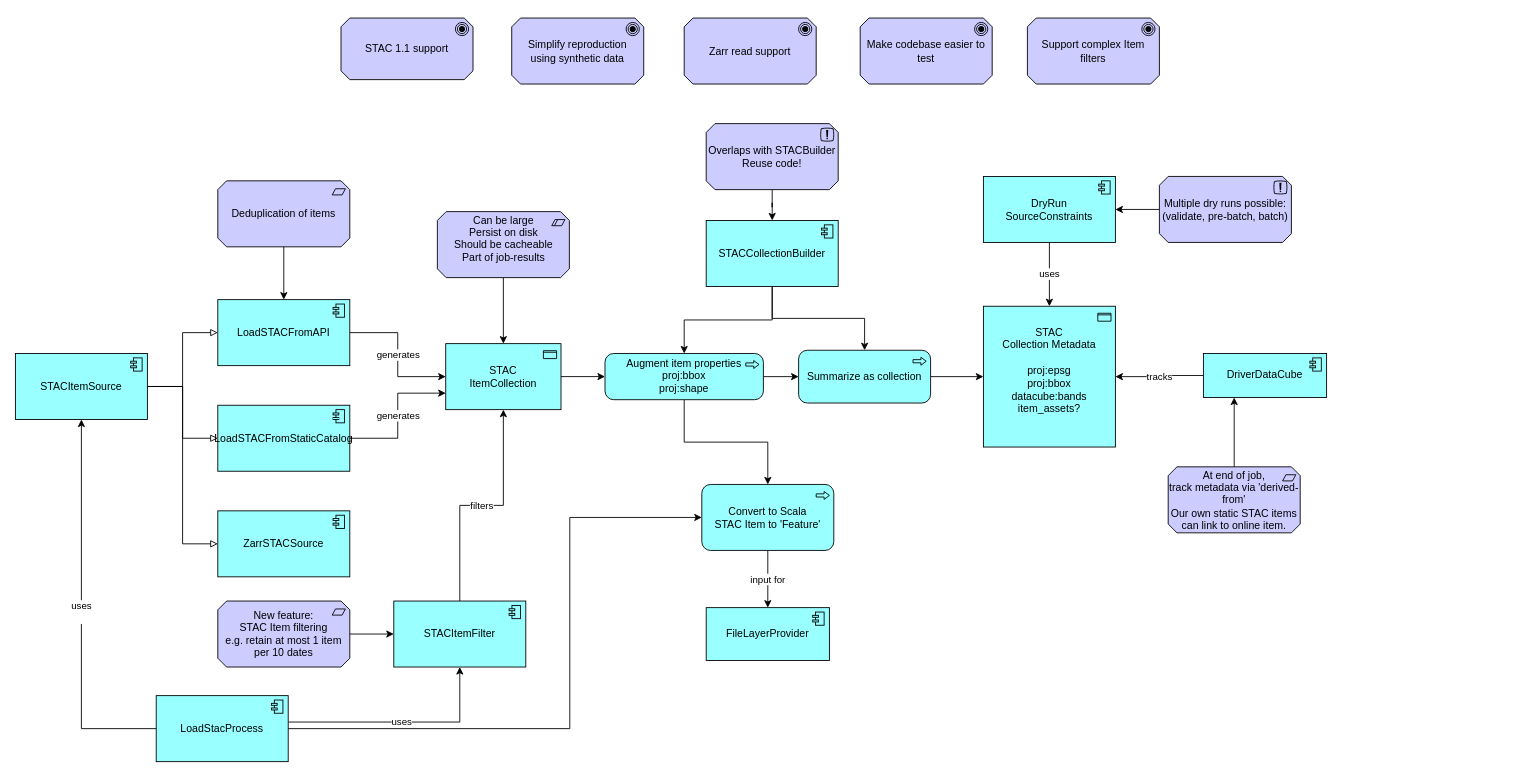
Open-EO/openeo-geopyspark-driver keeps this draw.io diagram as docs/stac11_geotrellis.drawio. Above is the earlier version. Source tidied: cells renumbered, new cells numbered last; positions are measured from the earlier drawing's top-left corner, leaving out a move shared by most shapes. Both pictures are drawn from the tidied source at 88%, with x=0, y=0 at pixel (15, 18).
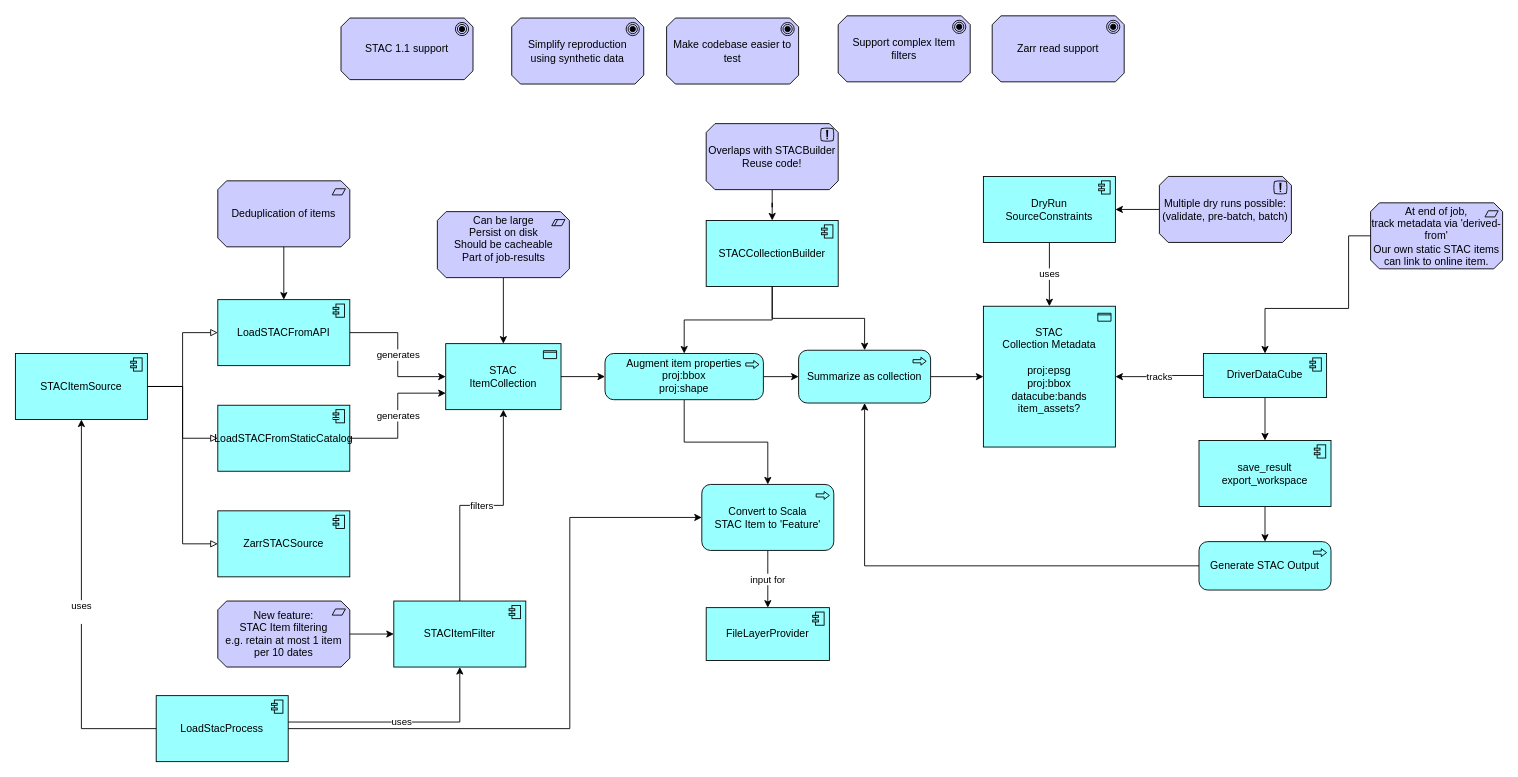
The same diagram, later.

Unchanged cells that the change refers to:
```xml
<mxCell id="17" value="Summarize as collection" style="html=1;outlineConnect=0;whiteSpace=wrap;fillColor=#99ffff;shape=mxgraph.archimate3.application;appType=proc;archiType=rounded;" parent="1" vertex="1">
  <mxGeometry x="890" y="377.5" width="150" height="60" as="geometry" />
</mxCell>
<mxCell id="33" value="DriverDataCube" style="html=1;outlineConnect=0;whiteSpace=wrap;fillColor=#99ffff;shape=mxgraph.archimate3.application;appType=comp;archiType=square;" parent="1" vertex="1">
  <mxGeometry x="1350" y="381.2" width="140" height="50" as="geometry" />
</mxCell>
```

The edit, as a diff of the source:
```diff
@@
     <mxCell id="4" value="Zarr read support" style="html=1;whiteSpace=wrap;fillColor=#CCCCFF;shape=mxgraph.archimate3.application;appType=goal;archiType=oct;" parent="1" vertex="1">
-      <mxGeometry x="760" width="150" height="75" as="geometry" />
+      <mxGeometry x="1110" y="-2.5" width="150" height="75" as="geometry" />
     </mxCell>
     <mxCell id="5" value="Make codebase easier to test" style="html=1;whiteSpace=wrap;fillColor=#CCCCFF;shape=mxgraph.archimate3.application;appType=goal;archiType=oct;" parent="1" vertex="1">
-      <mxGeometry x="960" width="150" height="75" as="geometry" />
+      <mxGeometry x="740" width="150" height="75" as="geometry" />
     </mxCell>
@@
+    <mxCell id="52" style="edgeStyle=orthogonalEdgeStyle;rounded=0;jettySize=auto;html=1;" parent="1" edge="1" source="33" target="54">
+      <mxGeometry relative="1" as="geometry" />
+    </mxCell>
@@
     <mxCell id="34" value="At end of job,&lt;br&gt;track metadata via 'derived-from'&lt;br&gt;Our own static STAC items can link to online item." style="html=1;outlineConnect=0;whiteSpace=wrap;fillColor=#CCCCFF;shape=mxgraph.archimate3.application;appType=requirement;archiType=oct;" parent="1" vertex="1">
-      <mxGeometry x="1310" y="510" width="150" height="75" as="geometry" />
+      <mxGeometry x="1540" y="210" width="150" height="75" as="geometry" />
     </mxCell>
-    <mxCell id="35" style="edgeStyle=orthogonalEdgeStyle;rounded=0;jettySize=auto;html=1;entryX=0.25;entryY=1;entryDx=0;entryDy=0;entryPerimeter=0;" parent="1" edge="1" source="34" target="33">
-      <mxGeometry relative="1" as="geometry" />
+    <mxCell id="35" style="edgeStyle=orthogonalEdgeStyle;rounded=0;jettySize=auto;html=1;entryX=0.5;entryY=0;entryDx=0;entryDy=0;entryPerimeter=0;" parent="1" edge="1" source="34" target="33">
+      <mxGeometry relative="1" as="geometry">
+        <Array as="points">
+          <mxPoint x="1515" y="248" />
+          <mxPoint x="1515" y="330" />
+          <mxPoint x="1420" y="330" />
+        </Array>
+      </mxGeometry>
     </mxCell>
@@
     <mxCell id="49" value="Support complex Item&lt;br&gt;filters" style="html=1;whiteSpace=wrap;fillColor=#CCCCFF;shape=mxgraph.archimate3.application;appType=goal;archiType=oct;" parent="1" vertex="1">
-      <mxGeometry x="1150" width="150" height="75" as="geometry" />
+      <mxGeometry x="935" y="-2.5" width="150" height="75" as="geometry" />
     </mxCell>
@@
+    <mxCell id="53" style="edgeStyle=orthogonalEdgeStyle;rounded=0;jettySize=auto;html=1;" parent="1" edge="1" source="54" target="56">
+      <mxGeometry relative="1" as="geometry" />
+    </mxCell>
+    <mxCell id="54" value="save_result&lt;br&gt;export_workspace" style="html=1;outlineConnect=0;whiteSpace=wrap;fillColor=#99ffff;shape=mxgraph.archimate3.application;appType=comp;archiType=square;" parent="1" vertex="1">
+      <mxGeometry x="1345" y="480" width="150" height="75" as="geometry" />
+    </mxCell>
+    <mxCell id="55" style="edgeStyle=orthogonalEdgeStyle;rounded=0;jettySize=auto;html=1;" parent="1" edge="1" source="56" target="17">
+      <mxGeometry relative="1" as="geometry" />
+    </mxCell>
+    <mxCell id="56" value="Generate STAC Output" style="html=1;outlineConnect=0;whiteSpace=wrap;fillColor=#99ffff;shape=mxgraph.archimate3.application;appType=proc;archiType=rounded;" parent="1" vertex="1">
+      <mxGeometry x="1345" y="595" width="150" height="55" as="geometry" />
+    </mxCell>
```
